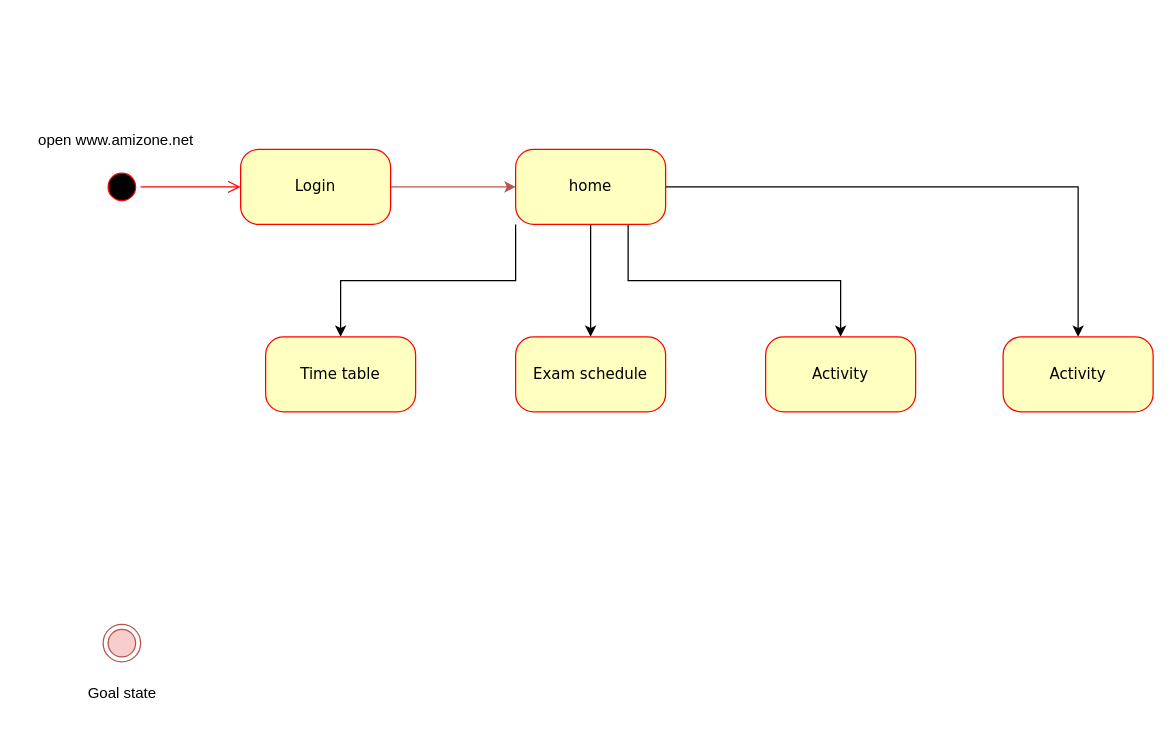
Above: Amizone_state_diagram.drawio in jailbreakerVC/UML (draw.io), before the change. Source tidied: cells renumbered, new cells numbered last; positions are measured from the earlier drawing's top-left corner, leaving out a move shared by most shapes. Both pictures are drawn from the tidied source at 125%, with x=0, y=0 at pixel (21, 121).
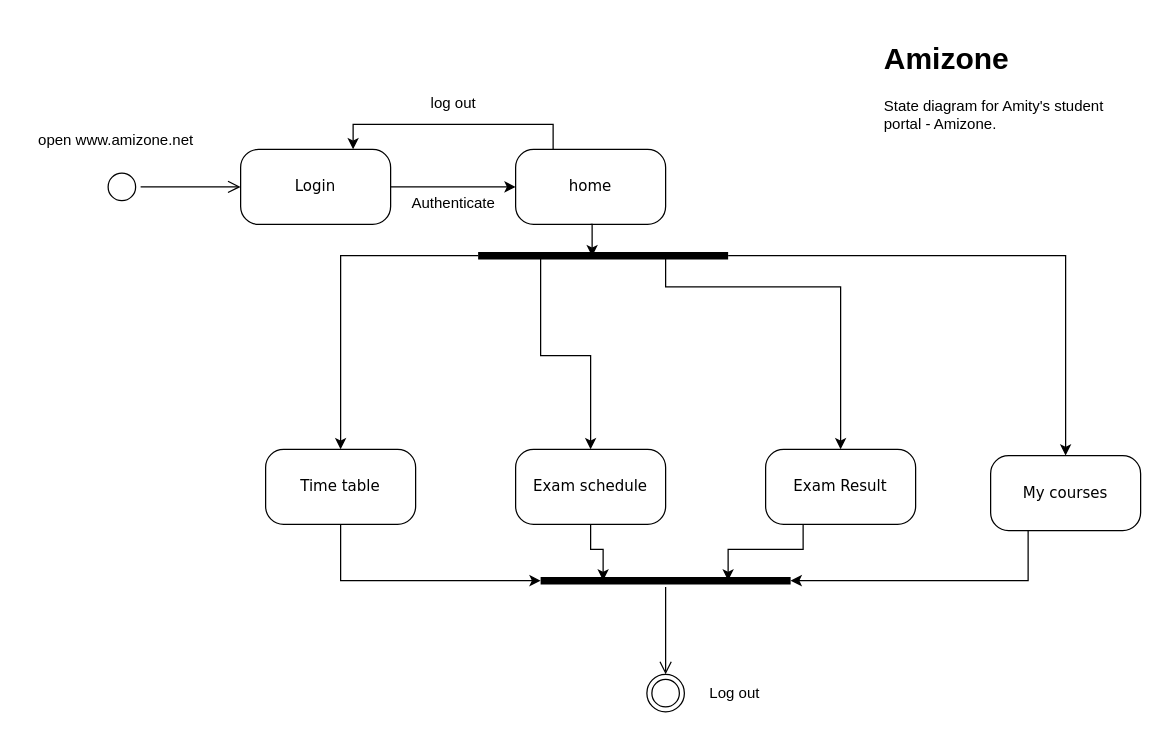
Above is the later version.

Change to the diagram source:
```diff
@@
-    <mxCell id="2" style="ellipse;html=1;shape=startState;fillColor=#000000;strokeColor=#ff0000;rounded=1;shadow=0;comic=0;labelBackgroundColor=none;fontFamily=Verdana;fontSize=12;fontColor=#000000;align=center;direction=south;" parent="1" vertex="1">
+    <mxCell id="2" style="ellipse;html=1;shape=startState;rounded=1;shadow=0;comic=0;labelBackgroundColor=none;fontFamily=Verdana;fontSize=12;align=center;direction=south;" parent="1" vertex="1">
       <mxGeometry x="65" y="37" width="30" height="30" as="geometry" />
     </mxCell>
-    <mxCell id="3" style="edgeStyle=orthogonalEdgeStyle;rounded=0;jettySize=auto;html=1;exitX=1;exitY=0.5;exitDx=0;exitDy=0;entryX=0;entryY=0.5;entryDx=0;entryDy=0;fillColor=#f8cecc;strokeColor=#b85450;" parent="1" edge="1" source="4" target="10">
+    <mxCell id="3" style="edgeStyle=orthogonalEdgeStyle;rounded=0;jettySize=auto;html=1;exitX=1;exitY=0.5;exitDx=0;exitDy=0;entryX=0;entryY=0.5;entryDx=0;entryDy=0;" parent="1" edge="1" source="4" target="10">
       <mxGeometry relative="1" as="geometry" />
     </mxCell>
-    <mxCell id="4" value="Login" style="rounded=1;whiteSpace=wrap;html=1;arcSize=24;fillColor=#ffffc0;strokeColor=#ff0000;shadow=0;comic=0;labelBackgroundColor=none;fontFamily=Verdana;fontSize=12;fontColor=#000000;align=center;" parent="1" vertex="1">
+    <mxCell id="4" value="Login" style="rounded=1;whiteSpace=wrap;html=1;arcSize=24;shadow=0;comic=0;labelBackgroundColor=none;fontFamily=Verdana;fontSize=12;align=center;" parent="1" vertex="1">
       <mxGeometry x="175" y="22" width="120" height="60" as="geometry" />
     </mxCell>
-    <mxCell id="5" style="edgeStyle=orthogonalEdgeStyle;html=1;labelBackgroundColor=none;endArrow=open;endSize=8;strokeColor=#ff0000;fontFamily=Verdana;fontSize=12;align=left;" parent="1" edge="1" source="2" target="4">
+    <mxCell id="5" style="edgeStyle=orthogonalEdgeStyle;html=1;labelBackgroundColor=none;endArrow=open;endSize=8;fontFamily=Verdana;fontSize=12;align=left;" parent="1" edge="1" source="2" target="4">
       <mxGeometry relative="1" as="geometry" />
     </mxCell>
-    <mxCell id="6" style="edgeStyle=orthogonalEdgeStyle;rounded=0;jettySize=auto;html=1;exitX=0;exitY=1;exitDx=0;exitDy=0;entryX=0.5;entryY=0;entryDx=0;entryDy=0;" parent="1" edge="1" source="10" target="15">
-      <mxGeometry relative="1" as="geometry" />
-    </mxCell>
-    <mxCell id="7" style="edgeStyle=orthogonalEdgeStyle;rounded=0;jettySize=auto;html=1;exitX=0.5;exitY=1;exitDx=0;exitDy=0;entryX=0.5;entryY=0;entryDx=0;entryDy=0;" parent="1" edge="1" source="10" target="14">
-      <mxGeometry relative="1" as="geometry" />
-    </mxCell>
-    <mxCell id="8" style="edgeStyle=orthogonalEdgeStyle;rounded=0;jettySize=auto;html=1;exitX=0.75;exitY=1;exitDx=0;exitDy=0;entryX=0.5;entryY=0;entryDx=0;entryDy=0;" parent="1" edge="1" source="10" target="17">
-      <mxGeometry relative="1" as="geometry" />
-    </mxCell>
-    <mxCell id="9" style="edgeStyle=orthogonalEdgeStyle;rounded=0;jettySize=auto;html=1;exitX=1;exitY=0.5;exitDx=0;exitDy=0;entryX=0.5;entryY=0;entryDx=0;entryDy=0;" parent="1" edge="1" source="10" target="16">
-      <mxGeometry relative="1" as="geometry" />
-    </mxCell>
+    <mxCell id="18" style="edgeStyle=orthogonalEdgeStyle;rounded=0;jettySize=auto;html=1;exitX=0.25;exitY=0;exitDx=0;exitDy=0;entryX=0.75;entryY=0;entryDx=0;entryDy=0;" parent="1" edge="1" source="10" target="4">
+      <mxGeometry relative="1" as="geometry" />
+    </mxCell>
-    <mxCell id="10" value="home" style="rounded=1;whiteSpace=wrap;html=1;arcSize=24;fillColor=#ffffc0;strokeColor=#ff0000;shadow=0;comic=0;labelBackgroundColor=none;fontFamily=Verdana;fontSize=12;fontColor=#000000;align=center;" parent="1" vertex="1">
+    <mxCell id="10" value="home" style="rounded=1;whiteSpace=wrap;html=1;arcSize=24;shadow=0;comic=0;labelBackgroundColor=none;fontFamily=Verdana;fontSize=12;align=center;" parent="1" vertex="1">
       <mxGeometry x="395" y="22" width="120" height="60" as="geometry" />
     </mxCell>
-    <mxCell id="11" style="ellipse;html=1;shape=endState;fillColor=#f8cecc;strokeColor=#b85450;" parent="1" vertex="1">
-      <mxGeometry x="65" y="402" width="30" height="30" as="geometry" />
+    <mxCell id="11" style="ellipse;html=1;shape=endState;" parent="1" vertex="1">
+      <mxGeometry x="500" y="442" width="30" height="30" as="geometry" />
     </mxCell>
-    <mxCell id="12" value="open www.amizone.net" style="text;html=1;align=center;verticalAlign=middle;strokeColor=none;fillColor=none;" parent="1" vertex="1">
+    <mxCell id="12" value="open www.amizone.net" style="text;html=1;align=center;verticalAlign=middle;" parent="1" vertex="1">
       <mxGeometry width="150" height="30" as="geometry" />
     </mxCell>
-    <mxCell id="13" value="Goal state" style="text;html=1;align=center;verticalAlign=middle;strokeColor=none;fillColor=none;" parent="1" vertex="1">
-      <mxGeometry x="40" y="442" width="80" height="30" as="geometry" />
+    <mxCell id="13" value="Log out" style="text;html=1;align=center;verticalAlign=middle;" parent="1" vertex="1">
+      <mxGeometry x="540" y="442" width="60" height="30" as="geometry" />
     </mxCell>
-    <mxCell id="14" value="Exam schedule" style="rounded=1;whiteSpace=wrap;html=1;arcSize=24;fillColor=#ffffc0;strokeColor=#ff0000;shadow=0;comic=0;labelBackgroundColor=none;fontFamily=Verdana;fontSize=12;fontColor=#000000;align=center;" parent="1" vertex="1">
-      <mxGeometry x="395" y="172" width="120" height="60" as="geometry" />
+    <mxCell id="14" value="Exam schedule" style="rounded=1;whiteSpace=wrap;html=1;arcSize=24;shadow=0;comic=0;labelBackgroundColor=none;fontFamily=Verdana;fontSize=12;align=center;" parent="1" vertex="1">
+      <mxGeometry x="395" y="262" width="120" height="60" as="geometry" />
     </mxCell>
-    <mxCell id="15" value="Time table" style="rounded=1;whiteSpace=wrap;html=1;arcSize=24;fillColor=#ffffc0;strokeColor=#ff0000;shadow=0;comic=0;labelBackgroundColor=none;fontFamily=Verdana;fontSize=12;fontColor=#000000;align=center;" parent="1" vertex="1">
-      <mxGeometry x="195" y="172" width="120" height="60" as="geometry" />
+    <mxCell id="15" value="Time table" style="rounded=1;whiteSpace=wrap;html=1;arcSize=24;shadow=0;comic=0;labelBackgroundColor=none;fontFamily=Verdana;fontSize=12;align=center;" parent="1" vertex="1">
+      <mxGeometry x="195" y="262" width="120" height="60" as="geometry" />
     </mxCell>
-    <mxCell id="16" value="Activity" style="rounded=1;whiteSpace=wrap;html=1;arcSize=24;fillColor=#ffffc0;strokeColor=#ff0000;shadow=0;comic=0;labelBackgroundColor=none;fontFamily=Verdana;fontSize=12;fontColor=#000000;align=center;" parent="1" vertex="1">
-      <mxGeometry x="785" y="172" width="120" height="60" as="geometry" />
+    <mxCell id="16" value="My courses" style="rounded=1;whiteSpace=wrap;html=1;arcSize=24;shadow=0;comic=0;labelBackgroundColor=none;fontFamily=Verdana;fontSize=12;align=center;" parent="1" vertex="1">
+      <mxGeometry x="775" y="267" width="120" height="60" as="geometry" />
     </mxCell>
-    <mxCell id="17" value="Activity" style="rounded=1;whiteSpace=wrap;html=1;arcSize=24;fillColor=#ffffc0;strokeColor=#ff0000;shadow=0;comic=0;labelBackgroundColor=none;fontFamily=Verdana;fontSize=12;fontColor=#000000;align=center;" parent="1" vertex="1">
-      <mxGeometry x="595" y="172" width="120" height="60" as="geometry" />
+    <mxCell id="17" value="Exam Result" style="rounded=1;whiteSpace=wrap;html=1;arcSize=24;shadow=0;comic=0;labelBackgroundColor=none;fontFamily=Verdana;fontSize=12;align=center;" parent="1" vertex="1">
+      <mxGeometry x="595" y="262" width="120" height="60" as="geometry" />
     </mxCell>
+    <mxCell id="19" value="Authenticate" style="text;html=1;align=center;verticalAlign=middle;" parent="1" vertex="1">
+      <mxGeometry x="300" y="50" width="90" height="30" as="geometry" />
+    </mxCell>
+    <mxCell id="20" style="edgeStyle=orthogonalEdgeStyle;rounded=0;jettySize=auto;html=1;exitX=0;exitY=0.5;exitDx=0;exitDy=0;exitPerimeter=0;entryX=0.5;entryY=0;entryDx=0;entryDy=0;" parent="1" edge="1" source="24" target="15">
+      <mxGeometry relative="1" as="geometry">
+        <Array as="points">
+          <mxPoint x="255" y="107" />
+        </Array>
+      </mxGeometry>
+    </mxCell>
+    <mxCell id="21" style="edgeStyle=orthogonalEdgeStyle;rounded=0;jettySize=auto;html=1;exitX=0.25;exitY=0.5;exitDx=0;exitDy=0;exitPerimeter=0;entryX=0.5;entryY=0;entryDx=0;entryDy=0;" parent="1" edge="1" source="24" target="14">
+      <mxGeometry relative="1" as="geometry" />
+    </mxCell>
+    <mxCell id="22" style="edgeStyle=orthogonalEdgeStyle;rounded=0;jettySize=auto;html=1;exitX=0.75;exitY=0.5;exitDx=0;exitDy=0;exitPerimeter=0;entryX=0.5;entryY=0;entryDx=0;entryDy=0;" parent="1" edge="1" source="24" target="17">
+      <mxGeometry relative="1" as="geometry">
+        <Array as="points">
+          <mxPoint x="515" y="132" />
+          <mxPoint x="655" y="132" />
+        </Array>
+      </mxGeometry>
+    </mxCell>
+    <mxCell id="23" style="edgeStyle=orthogonalEdgeStyle;rounded=0;jettySize=auto;html=1;entryX=0.5;entryY=0;entryDx=0;entryDy=0;" parent="1" edge="1" source="24" target="16">
+      <mxGeometry relative="1" as="geometry" />
+    </mxCell>
+    <mxCell id="24" style="shape=line;html=1;strokeWidth=6;" parent="1" vertex="1">
+      <mxGeometry x="365" y="102" width="200" height="10" as="geometry" />
+    </mxCell>
+    <mxCell id="25" style="edgeStyle=orthogonalEdgeStyle;rounded=0;jettySize=auto;html=1;exitX=0.5;exitY=1;exitDx=0;exitDy=0;entryX=0.456;entryY=0.56;entryDx=0;entryDy=0;entryPerimeter=0;" parent="1" edge="1" source="10" target="24">
+      <mxGeometry relative="1" as="geometry" />
+    </mxCell>
+    <mxCell id="26" value="log out" style="text;html=1;align=center;verticalAlign=middle;" parent="1" vertex="1">
+      <mxGeometry x="315" y="-30" width="60" height="30" as="geometry" />
+    </mxCell>
+    <mxCell id="27" style="shape=line;html=1;strokeWidth=6;" parent="1" vertex="1">
+      <mxGeometry x="415" y="362" width="200" height="10" as="geometry" />
+    </mxCell>
+    <mxCell id="28" style="edgeStyle=orthogonalEdgeStyle;html=1;verticalAlign=bottom;endArrow=open;endSize=8;rounded=0;" parent="1" edge="1" source="27">
+      <mxGeometry relative="1" as="geometry">
+        <mxPoint x="515" y="442" as="targetPoint" />
+      </mxGeometry>
+    </mxCell>
+    <mxCell id="29" style="edgeStyle=orthogonalEdgeStyle;rounded=0;jettySize=auto;html=1;exitX=0.5;exitY=1;exitDx=0;exitDy=0;entryX=0;entryY=0.5;entryDx=0;entryDy=0;entryPerimeter=0;" parent="1" edge="1" source="15" target="27">
+      <mxGeometry relative="1" as="geometry" />
+    </mxCell>
+    <mxCell id="30" style="edgeStyle=orthogonalEdgeStyle;rounded=0;jettySize=auto;html=1;exitX=0.5;exitY=1;exitDx=0;exitDy=0;entryX=0.25;entryY=0.5;entryDx=0;entryDy=0;entryPerimeter=0;" parent="1" edge="1" source="14" target="27">
+      <mxGeometry relative="1" as="geometry" />
+    </mxCell>
+    <mxCell id="31" style="edgeStyle=orthogonalEdgeStyle;rounded=0;jettySize=auto;html=1;exitX=0.25;exitY=1;exitDx=0;exitDy=0;entryX=0.75;entryY=0.5;entryDx=0;entryDy=0;entryPerimeter=0;" parent="1" edge="1" source="17" target="27">
+      <mxGeometry relative="1" as="geometry" />
+    </mxCell>
+    <mxCell id="32" style="edgeStyle=orthogonalEdgeStyle;rounded=0;jettySize=auto;html=1;exitX=0.25;exitY=1;exitDx=0;exitDy=0;entryX=1;entryY=0.5;entryDx=0;entryDy=0;entryPerimeter=0;" parent="1" edge="1" source="16" target="27">
+      <mxGeometry relative="1" as="geometry" />
+    </mxCell>
+    <mxCell id="33" value="&lt;h1&gt;&lt;span style=&quot;background-color: initial;&quot;&gt;Amizone&lt;/span&gt;&lt;br&gt;&lt;/h1&gt;&lt;div&gt;&lt;span style=&quot;background-color: initial;&quot;&gt;State diagram for Amity's student portal - Amizone.&lt;/span&gt;&lt;/div&gt;" style="text;html=1;spacing=5;spacingTop=-20;whiteSpace=wrap;overflow=hidden;rounded=0;" parent="1" vertex="1">
+      <mxGeometry x="685" y="-70" width="190" height="120" as="geometry" />
+    </mxCell>
```
